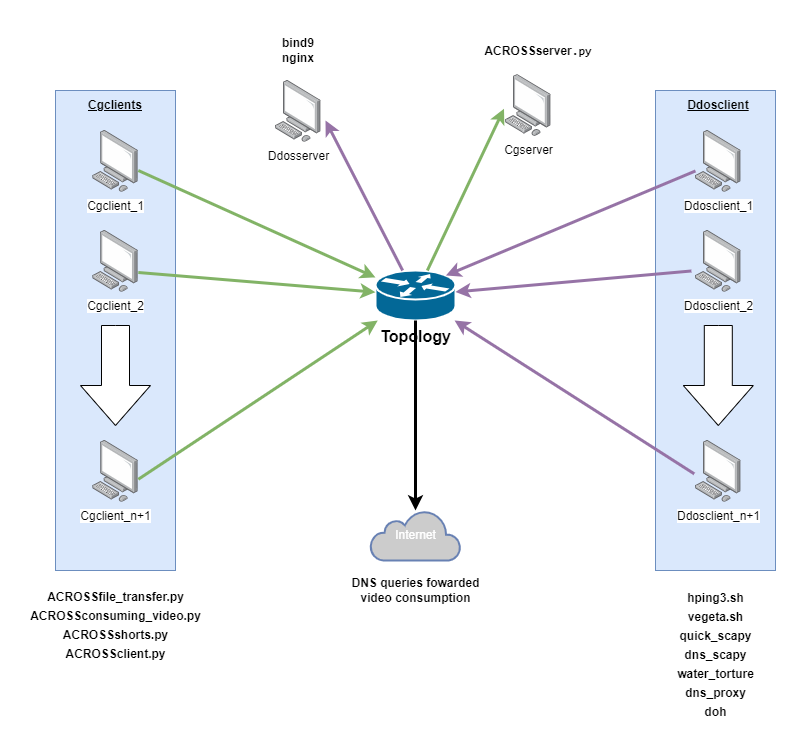
javi14z/mw_deployment keeps this draw.io diagram as images/Traffic_Generation.png. Above is the earlier version. Source tidied: cells renumbered, new cells last; positions are measured from the earlier drawing's top-left corner, leaving out a move shared by most shapes. Source of this version:
```xml
<mxGraphModel>
  <root>
    <mxCell id="0" />
    <mxCell id="1" parent="0" />
    <mxCell id="2" style="whiteSpace=wrap;html=1;fillColor=#dae8fc;strokeColor=#6c8ebf;" parent="1" vertex="1">
      <mxGeometry x="35" y="70" width="120" height="480" as="geometry" />
    </mxCell>
    <mxCell id="3" value="Cgclient_1" style="image;html=1;align=center;shadow=1;dashed=0;image=img/lib/allied_telesis/computer_and_terminals/Personal_Computer.svg;" parent="1" vertex="1">
      <mxGeometry x="72.2" y="110" width="45.6" height="61.8" as="geometry" />
    </mxCell>
    <mxCell id="4" value="Cgclient_2&lt;br&gt;" style="image;html=1;align=center;shadow=1;dashed=0;image=img/lib/allied_telesis/computer_and_terminals/Personal_Computer.svg;" parent="1" vertex="1">
      <mxGeometry x="72.2" y="210" width="45.6" height="61.8" as="geometry" />
    </mxCell>
    <mxCell id="5" value="Cgclient_n+1&lt;br&gt;" style="image;html=1;align=center;shadow=1;dashed=0;image=img/lib/allied_telesis/computer_and_terminals/Personal_Computer.svg;" parent="1" vertex="1">
      <mxGeometry x="72.2" y="420" width="45.6" height="61.8" as="geometry" />
    </mxCell>
    <mxCell id="6" style="html=1;shadow=0;dashed=0;align=center;verticalAlign=middle;shape=mxgraph.arrows2.arrow;dy=0.6;dx=40;direction=south;notch=0;" parent="1" vertex="1">
      <mxGeometry x="60" y="305" width="70" height="100" as="geometry" />
    </mxCell>
    <mxCell id="7" value="&lt;b&gt;&lt;u&gt;Cgclients&lt;/u&gt;&lt;/b&gt;" style="text;strokeColor=none;align=center;fillColor=none;html=1;verticalAlign=middle;whiteSpace=wrap;rounded=0;" parent="1" vertex="1">
      <mxGeometry x="65" y="70" width="60" height="30" as="geometry" />
    </mxCell>
    <mxCell id="8" style="whiteSpace=wrap;html=1;fillColor=#dae8fc;strokeColor=#6c8ebf;" parent="1" vertex="1">
      <mxGeometry x="635" y="70" width="120" height="480" as="geometry" />
    </mxCell>
    <mxCell id="9" value="Ddosclient_1" style="image;points=[];html=1;align=center;shadow=1;dashed=0;image=img/lib/allied_telesis/computer_and_terminals/Personal_Computer.svg;" parent="1" vertex="1">
      <mxGeometry x="675" y="110" width="45.6" height="61.8" as="geometry" />
    </mxCell>
    <mxCell id="10" value="Ddosclient_2" style="image;points=[];html=1;align=center;shadow=1;dashed=0;image=img/lib/allied_telesis/computer_and_terminals/Personal_Computer.svg;" parent="1" vertex="1">
      <mxGeometry x="675" y="210" width="45.6" height="61.8" as="geometry" />
    </mxCell>
    <mxCell id="11" value="Ddosclient_n+1" style="image;points=[];html=1;align=center;shadow=1;dashed=0;image=img/lib/allied_telesis/computer_and_terminals/Personal_Computer.svg;" parent="1" vertex="1">
      <mxGeometry x="675" y="420" width="45.6" height="61.8" as="geometry" />
    </mxCell>
    <mxCell id="12" style="html=1;shadow=0;dashed=0;align=center;verticalAlign=middle;shape=mxgraph.arrows2.arrow;dy=0.6;dx=40;direction=south;notch=0;" parent="1" vertex="1">
      <mxGeometry x="662.8" y="305" width="70" height="100" as="geometry" />
    </mxCell>
    <mxCell id="13" value="&lt;b&gt;&lt;u&gt;Ddosclient&lt;/u&gt;&lt;/b&gt;" style="text;strokeColor=none;align=center;fillColor=none;html=1;verticalAlign=middle;whiteSpace=wrap;rounded=0;" parent="1" vertex="1">
      <mxGeometry x="667.8" y="70" width="60" height="30" as="geometry" />
    </mxCell>
    <mxCell id="14" value="Ddosserver" style="image;html=1;align=center;shadow=0;dashed=0;image=img/lib/allied_telesis/computer_and_terminals/Personal_Computer.svg;" parent="1" vertex="1">
      <mxGeometry x="255" y="60" width="45.6" height="61.8" as="geometry" />
    </mxCell>
    <mxCell id="15" value="Cgserver" style="image;points=[];html=1;align=center;shadow=0;dashed=0;image=img/lib/allied_telesis/computer_and_terminals/Personal_Computer.svg;" parent="1" vertex="1">
      <mxGeometry x="485" y="54.1" width="45.6" height="61.8" as="geometry" />
    </mxCell>
    <mxCell id="16" value="&lt;b&gt;&lt;font style=&quot;font-size: 16px;&quot;&gt;Topology&lt;/font&gt;&lt;/b&gt;" style="shape=mxgraph.cisco.routers.router;sketch=0;html=1;dashed=0;fillColor=#036897;strokeColor=#ffffff;strokeWidth=2;verticalLabelPosition=bottom;verticalAlign=top;align=center;outlineConnect=0;" parent="1" vertex="1">
      <mxGeometry x="355" y="250" width="80" height="50" as="geometry" />
    </mxCell>
    <mxCell id="17" style="edgeStyle=none;jettySize=auto;html=1;rounded=0;fillColor=#d5e8d4;strokeColor=#82b366;strokeWidth=3;" parent="1" edge="1" target="16">
      <mxGeometry relative="1" as="geometry">
        <mxPoint x="117.8" y="150" as="sourcePoint" />
      </mxGeometry>
    </mxCell>
    <mxCell id="18" style="edgeStyle=none;jettySize=auto;html=1;rounded=0;fillColor=#d5e8d4;strokeColor=#82b366;strokeWidth=3;" parent="1" edge="1" target="16">
      <mxGeometry relative="1" as="geometry">
        <mxPoint x="117.8" y="252" as="sourcePoint" />
      </mxGeometry>
    </mxCell>
    <mxCell id="19" style="edgeStyle=none;jettySize=auto;html=1;rounded=0;fillColor=#d5e8d4;strokeColor=#82b366;strokeWidth=3;" parent="1" edge="1" target="16">
      <mxGeometry relative="1" as="geometry">
        <mxPoint x="117.8" y="458.8" as="sourcePoint" />
      </mxGeometry>
    </mxCell>
    <mxCell id="20" style="edgeStyle=none;jettySize=auto;html=1;rounded=0;fillColor=#d5e8d4;strokeColor=#82b366;strokeWidth=3;entryX=-0.033;entryY=0.552;entryDx=0;entryDy=0;entryPerimeter=0;" parent="1" edge="1" source="16" target="15">
      <mxGeometry relative="1" as="geometry" />
    </mxCell>
    <mxCell id="21" style="edgeStyle=none;jettySize=auto;html=1;rounded=0;fillColor=#e1d5e7;strokeColor=#9673a6;strokeWidth=3;" parent="1" edge="1" source="16">
      <mxGeometry relative="1" as="geometry">
        <mxPoint x="305" y="100" as="targetPoint" />
      </mxGeometry>
    </mxCell>
    <mxCell id="22" style="edgeStyle=none;jettySize=auto;html=1;rounded=0;entryX=0.88;entryY=0.1;entryDx=0;entryDy=0;entryPerimeter=0;fillColor=#e1d5e7;strokeColor=#9673a6;strokeWidth=3;" parent="1" edge="1" source="9" target="16">
      <mxGeometry relative="1" as="geometry" />
    </mxCell>
    <mxCell id="23" style="edgeStyle=none;jettySize=auto;html=1;rounded=0;exitX=-0.09;exitY=0.655;exitDx=0;exitDy=0;exitPerimeter=0;fillColor=#e1d5e7;strokeColor=#9673a6;strokeWidth=3;" parent="1" edge="1" source="10" target="16">
      <mxGeometry relative="1" as="geometry" />
    </mxCell>
    <mxCell id="24" style="edgeStyle=none;jettySize=auto;html=1;rounded=0;exitX=-0.026;exitY=0.54;exitDx=0;exitDy=0;exitPerimeter=0;fillColor=#e1d5e7;strokeColor=#9673a6;strokeWidth=3;" parent="1" edge="1" source="11" target="16">
      <mxGeometry relative="1" as="geometry" />
    </mxCell>
    <mxCell id="25" value="Internet" style="html=1;outlineConnect=0;fillColor=#CCCCCC;strokeColor=#6881B3;gradientColor=none;gradientDirection=north;strokeWidth=2;shape=mxgraph.networks.cloud;fontColor=#ffffff;" parent="1" vertex="1">
      <mxGeometry x="350" y="490" width="90" height="50" as="geometry" />
    </mxCell>
    <mxCell id="26" style="edgeStyle=none;jettySize=auto;html=1;rounded=0;strokeWidth=3;" parent="1" edge="1" source="16" target="25">
      <mxGeometry relative="1" as="geometry" />
    </mxCell>
    <mxCell id="27" value="&lt;b&gt;bind9 &lt;br&gt;nginx&lt;/b&gt;" style="whiteSpace=wrap;html=1;fillColor=none;strokeColor=none;" parent="1" vertex="1">
      <mxGeometry x="217.8" width="120" height="60" as="geometry" />
    </mxCell>
    <mxCell id="28" value="&lt;div style=&quot;font-size: 14px; line-height: 19px;&quot;&gt;&lt;span style=&quot;background-color: rgb(255, 255, 255); font-size: 12px;&quot;&gt;&lt;b&gt;ACROSSserver&lt;span style=&quot;font-family: Consolas, &amp;quot;Courier New&amp;quot;, monospace;&quot;&gt;.py&lt;/span&gt;&lt;/b&gt;&lt;/span&gt;&lt;/div&gt;" style="whiteSpace=wrap;html=1;fillColor=none;strokeColor=none;align=center;" parent="1" vertex="1">
      <mxGeometry x="457.8" width="120" height="60" as="geometry" />
    </mxCell>
    <mxCell id="29" value="&lt;b&gt;DNS queries fowarded&lt;br&gt;video consumption&lt;/b&gt;" style="text;html=1;align=center;verticalAlign=middle;strokeColor=none;fillColor=none;" parent="1" vertex="1">
      <mxGeometry x="320" y="550" width="150" height="40" as="geometry" />
    </mxCell>
    <mxCell id="30" value="&lt;div style=&quot;line-height: 19px;&quot;&gt;&lt;span style=&quot;background-color: rgb(255, 255, 255);&quot;&gt;&lt;b&gt;ACROSSfile_transfer.py&lt;br&gt;&lt;/b&gt;&lt;/span&gt;&lt;div style=&quot;line-height: 19px;&quot;&gt;&lt;span style=&quot;background-color: rgb(255, 255, 255);&quot;&gt;&lt;b&gt;ACROSSconsuming_video.py&lt;/b&gt;&lt;/span&gt;&lt;/div&gt;&lt;div style=&quot;line-height: 19px;&quot;&gt;&lt;div style=&quot;line-height: 19px;&quot;&gt;&lt;span style=&quot;background-color: rgb(255, 255, 255);&quot;&gt;&lt;b&gt;ACROSSshorts.py&lt;br&gt;&lt;/b&gt;&lt;/span&gt;&lt;div style=&quot;line-height: 19px;&quot;&gt;&lt;span style=&quot;background-color: rgb(255, 255, 255);&quot;&gt;&lt;b&gt;ACROSSclient.py&lt;/b&gt;&lt;/span&gt;&lt;/div&gt;&lt;/div&gt;&lt;/div&gt;&lt;/div&gt;" style="text;html=1;align=center;verticalAlign=middle;strokeColor=none;fillColor=none;" parent="1" vertex="1">
      <mxGeometry y="560" width="190" height="90" as="geometry" />
    </mxCell>
    <mxCell id="31" value="&lt;div style=&quot;line-height: 19px;&quot;&gt;&lt;span style=&quot;background-color: rgb(255, 255, 255);&quot;&gt;&lt;b&gt;hping3.sh&lt;br&gt;&lt;/b&gt;&lt;/span&gt;&lt;div style=&quot;line-height: 19px;&quot;&gt;&lt;span style=&quot;background-color: rgb(255, 255, 255);&quot;&gt;&lt;b&gt;vegeta.sh&lt;br&gt;&lt;/b&gt;&lt;/span&gt;&lt;div style=&quot;line-height: 19px;&quot;&gt;&lt;span style=&quot;background-color: rgb(255, 255, 255);&quot;&gt;&lt;b&gt;quick_scapy&lt;br&gt;&lt;/b&gt;&lt;/span&gt;&lt;div style=&quot;line-height: 19px;&quot;&gt;&lt;span style=&quot;background-color: rgb(255, 255, 255);&quot;&gt;&lt;b&gt;dns_scapy&lt;br&gt;&lt;/b&gt;&lt;/span&gt;&lt;div style=&quot;line-height: 19px;&quot;&gt;&lt;span style=&quot;background-color: rgb(255, 255, 255);&quot;&gt;&lt;b&gt;water_torture&lt;br&gt;&lt;/b&gt;&lt;/span&gt;&lt;div style=&quot;line-height: 19px;&quot;&gt;&lt;span style=&quot;background-color: rgb(255, 255, 255);&quot;&gt;&lt;b&gt;dns_proxy&lt;br&gt;doh&lt;/b&gt;&lt;/span&gt;&lt;/div&gt;&lt;/div&gt;&lt;/div&gt;&lt;/div&gt;&lt;/div&gt;&lt;/div&gt;" style="text;html=1;align=center;verticalAlign=middle;strokeColor=none;fillColor=none;" parent="1" vertex="1">
      <mxGeometry x="645" y="560" width="100" height="150" as="geometry" />
    </mxCell>
  </root>
</mxGraphModel>
```
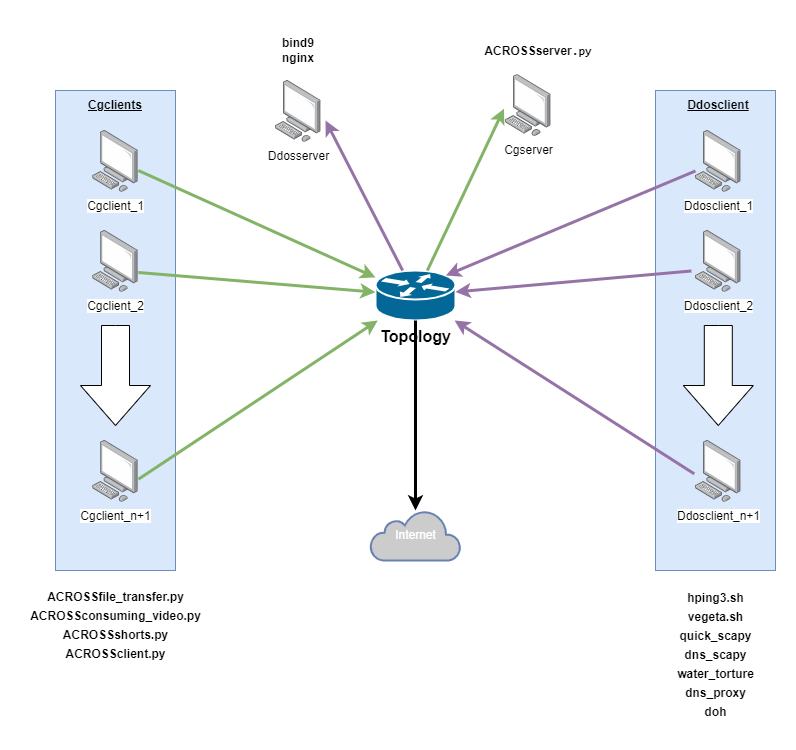
The same file after the commit.

Diff of the diagram source:
```diff
@@ -91,9 +91,6 @@
     <mxCell id="28" value="&lt;div style=&quot;font-size: 14px; line-height: 19px;&quot;&gt;&lt;span style=&quot;background-color: rgb(255, 255, 255); font-size: 12px;&quot;&gt;&lt;b&gt;ACROSSserver&lt;span style=&quot;font-family: Consolas, &amp;quot;Courier New&amp;quot;, monospace;&quot;&gt;.py&lt;/span&gt;&lt;/b&gt;&lt;/span&gt;&lt;/div&gt;" style="whiteSpace=wrap;html=1;fillColor=none;strokeColor=none;align=center;" parent="1" vertex="1">
       <mxGeometry x="457.8" width="120" height="60" as="geometry" />
     </mxCell>
-    <mxCell id="29" value="&lt;b&gt;DNS queries fowarded&lt;br&gt;video consumption&lt;/b&gt;" style="text;html=1;align=center;verticalAlign=middle;strokeColor=none;fillColor=none;" parent="1" vertex="1">
-      <mxGeometry x="320" y="550" width="150" height="40" as="geometry" />
-    </mxCell>
     <mxCell id="30" value="&lt;div style=&quot;line-height: 19px;&quot;&gt;&lt;span style=&quot;background-color: rgb(255, 255, 255);&quot;&gt;&lt;b&gt;ACROSSfile_transfer.py&lt;br&gt;&lt;/b&gt;&lt;/span&gt;&lt;div style=&quot;line-height: 19px;&quot;&gt;&lt;span style=&quot;background-color: rgb(255, 255, 255);&quot;&gt;&lt;b&gt;ACROSSconsuming_video.py&lt;/b&gt;&lt;/span&gt;&lt;/div&gt;&lt;div style=&quot;line-height: 19px;&quot;&gt;&lt;div style=&quot;line-height: 19px;&quot;&gt;&lt;span style=&quot;background-color: rgb(255, 255, 255);&quot;&gt;&lt;b&gt;ACROSSshorts.py&lt;br&gt;&lt;/b&gt;&lt;/span&gt;&lt;div style=&quot;line-height: 19px;&quot;&gt;&lt;span style=&quot;background-color: rgb(255, 255, 255);&quot;&gt;&lt;b&gt;ACROSSclient.py&lt;/b&gt;&lt;/span&gt;&lt;/div&gt;&lt;/div&gt;&lt;/div&gt;&lt;/div&gt;" style="text;html=1;align=center;verticalAlign=middle;strokeColor=none;fillColor=none;" parent="1" vertex="1">
       <mxGeometry y="560" width="190" height="90" as="geometry" />
     </mxCell>
```
